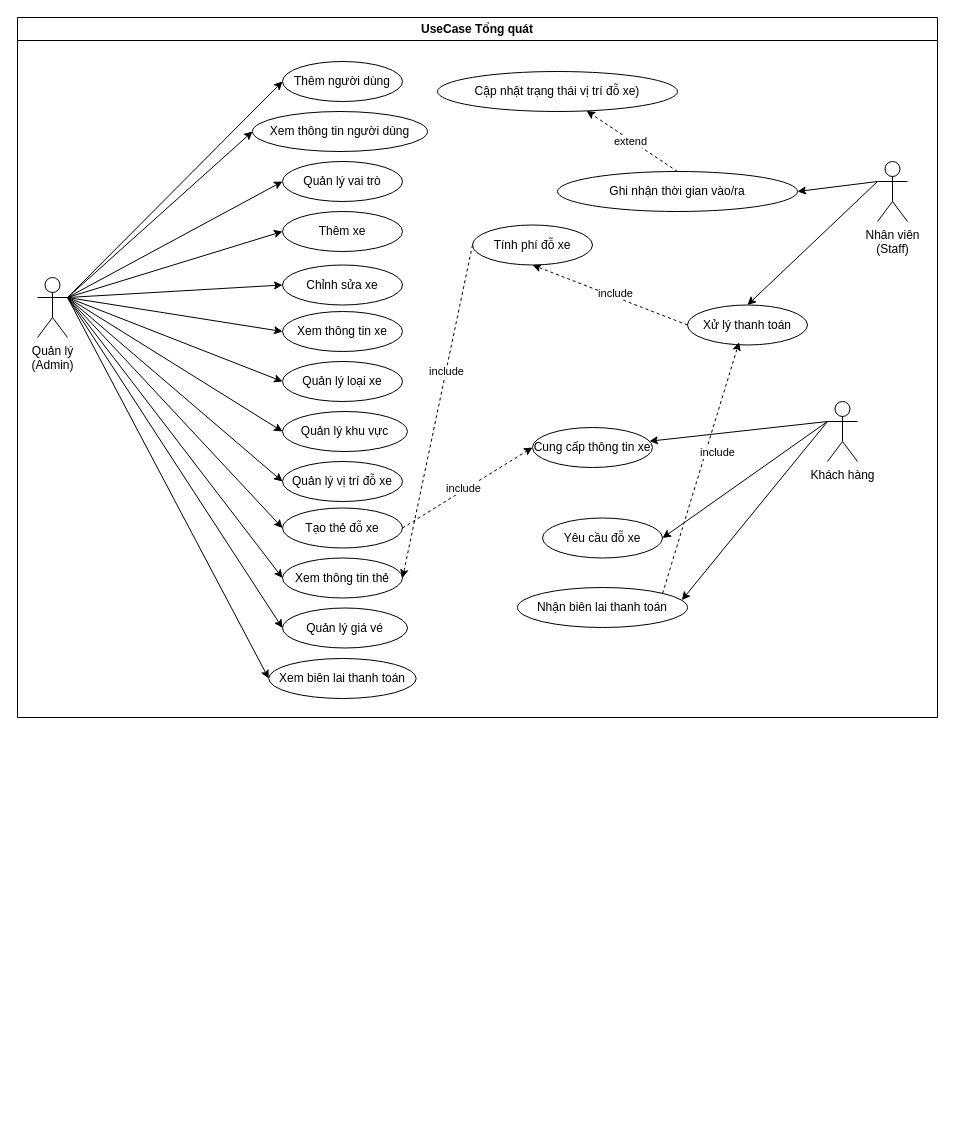
This is page "use-case(Tổng quát)" (5 of 11) of ParkingManagement.drawio from parking-management-vh/parking-management, a draw.io file, before an edit. Source tidied: cells renumbered, new cells numbered last; positions are measured from the earlier drawing's top-left corner, leaving out a move shared by most shapes. Both pictures are drawn from the tidied source at 100%, with x=0, y=0 at pixel (17, 17).
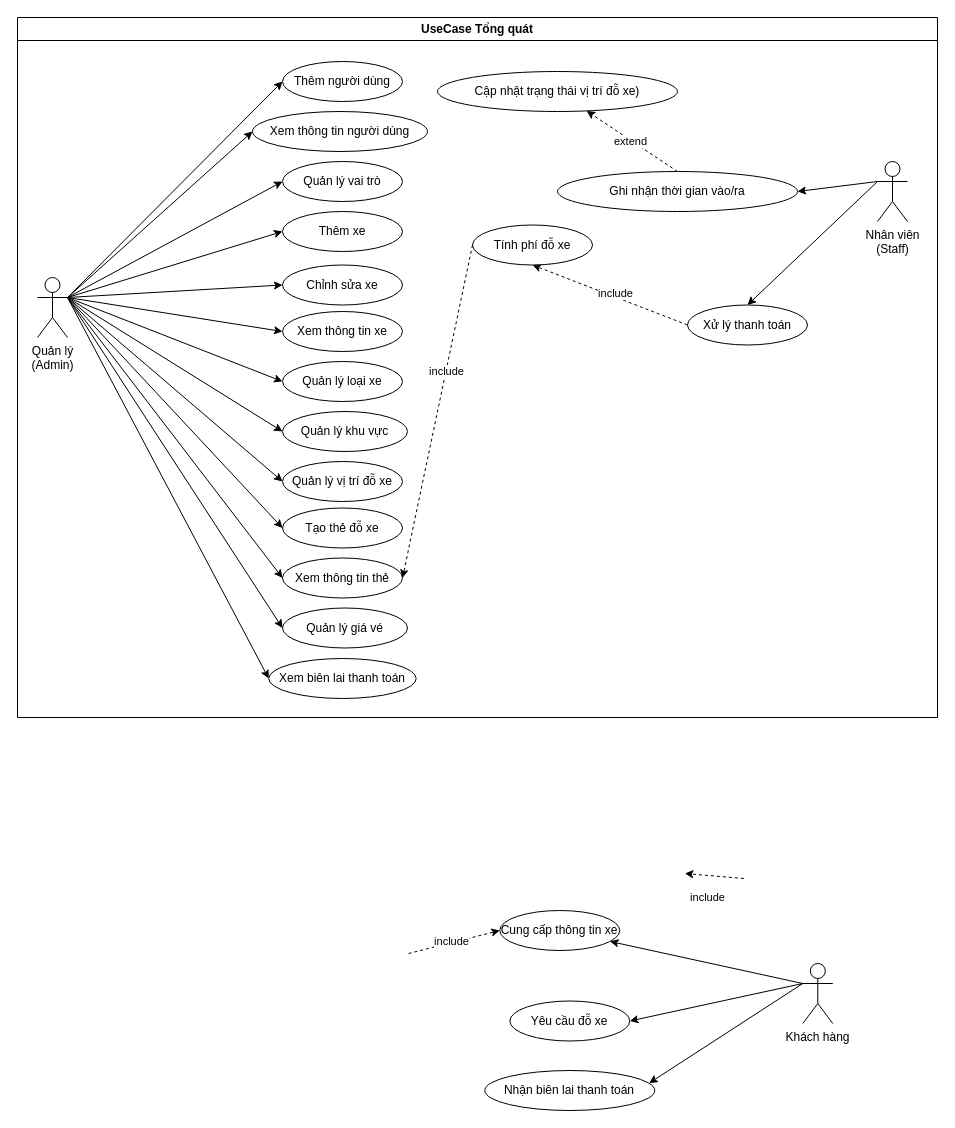
After the change.

The change refers to these unchanged cells:
```xml
<mxCell id="2" value="UseCase Tổng quát" style="swimlane;whiteSpace=wrap;html=1;" parent="1" vertex="1">
  <mxGeometry width="920" height="700" as="geometry" />
</mxCell>
<mxCell id="20" value="&lt;div&gt;Tạo thẻ đỗ xe&lt;/div&gt;" style="ellipse;whiteSpace=wrap;html=1;" parent="2" vertex="1">
  <mxGeometry x="265" y="490.5" width="120" height="40" as="geometry" />
</mxCell>
<mxCell id="43" value="&lt;div&gt;Xử lý thanh toán&lt;/div&gt;" style="ellipse;whiteSpace=wrap;html=1;" parent="2" vertex="1">
  <mxGeometry x="670" y="287.5" width="120" height="40" as="geometry" />
</mxCell>
```

Diff of the diagram source:
```diff
@@
     <mxCell id="8" value="Khách hàng" style="shape=umlActor;verticalLabelPosition=bottom;verticalAlign=top;html=1;outlineConnect=0;" parent="2" vertex="1">
-      <mxGeometry x="810" y="384" width="30" height="60" as="geometry" />
+      <mxGeometry x="785.3" y="946" width="30" height="60" as="geometry" />
     </mxCell>
@@
-    <mxCell id="18" style="rounded=0;jettySize=auto;html=1;exitX=1;exitY=0.5;exitDx=0;exitDy=0;entryX=0;entryY=0.5;entryDx=0;entryDy=0;dashed=1;" parent="2" edge="1" source="20" target="35">
-      <mxGeometry relative="1" as="geometry" />
+    <mxCell id="18" style="rounded=0;jettySize=auto;html=1;entryX=0;entryY=0.5;entryDx=0;entryDy=0;dashed=1;" parent="2" edge="1" target="35">
+      <mxGeometry relative="1" as="geometry">
+        <mxPoint x="391" y="936" as="sourcePoint" />
+      </mxGeometry>
     </mxCell>
@@
     <mxCell id="35" value="&lt;div&gt;Cung cấp thông tin xe&lt;/div&gt;" style="ellipse;whiteSpace=wrap;html=1;" parent="2" vertex="1">
-      <mxGeometry x="515" y="410" width="120" height="40" as="geometry" />
+      <mxGeometry x="482.3" y="893" width="120" height="40" as="geometry" />
     </mxCell>
     <mxCell id="36" value="&lt;div&gt;Yêu cầu đỗ xe&lt;/div&gt;" style="ellipse;whiteSpace=wrap;html=1;" parent="2" vertex="1">
-      <mxGeometry x="525" y="500.5" width="120" height="40" as="geometry" />
+      <mxGeometry x="492.3" y="983.5" width="120" height="40" as="geometry" />
     </mxCell>
     <mxCell id="37" value="&lt;div&gt;Nhận biên lai thanh toán&lt;/div&gt;" style="ellipse;whiteSpace=wrap;html=1;" parent="2" vertex="1">
-      <mxGeometry x="500" y="570" width="170" height="40" as="geometry" />
+      <mxGeometry x="467.3" y="1053" width="170" height="40" as="geometry" />
     </mxCell>
@@
-    <mxCell id="48" style="rounded=0;jettySize=auto;html=1;exitX=1;exitY=0;exitDx=0;exitDy=0;entryX=0.43;entryY=0.931;entryDx=0;entryDy=0;entryPerimeter=0;dashed=1;" parent="2" edge="1" source="37" target="43">
-      <mxGeometry relative="1" as="geometry" />
+    <mxCell id="48" style="rounded=0;orthogonalLoop=1;jettySize=auto;html=1;dashed=1;" parent="2" edge="1">
+      <mxGeometry relative="1" as="geometry">
+        <mxPoint x="726.3" y="861" as="sourcePoint" />
+        <mxPoint x="667.3" y="856" as="targetPoint" />
+      </mxGeometry>
     </mxCell>
```
